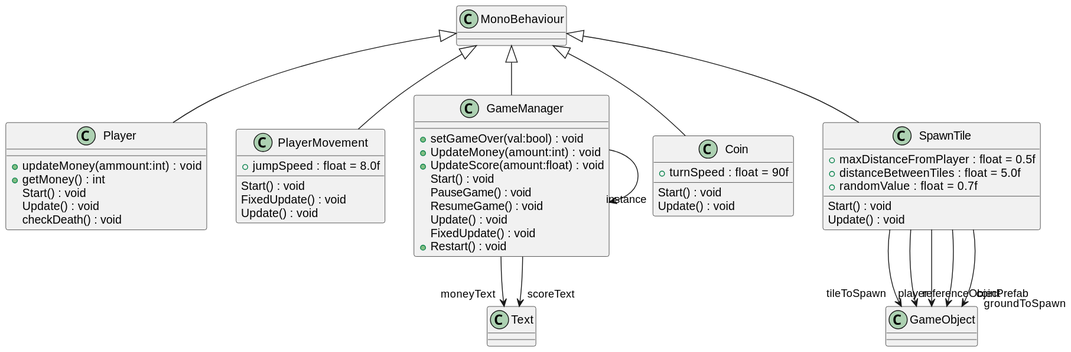
This is UML/include.svg from mariapreda19/ProiectMDS, a PlantUML export, as it was before one commit. The source it was exported from:
```plantuml
@startuml
class Player {
    + updateMoney(ammount:int) : void
    + getMoney() : int
    Start() : void
    Update() : void
    checkDeath() : void
}
MonoBehaviour <|-- Player
class PlayerMovement {
    + jumpSpeed : float = 8.0f
    Start() : void
    FixedUpdate() : void
    Update() : void
}
MonoBehaviour <|-- PlayerMovement
class GameManager {
    + setGameOver(val:bool) : void
    + UpdateMoney(amount:int) : void
    + UpdateScore(amount:float) : void
    Start() : void
    PauseGame() : void
    ResumeGame() : void
    Update() : void
    FixedUpdate() : void
    + Restart() : void
}
MonoBehaviour <|-- GameManager
GameManager --> "moneyText" Text
GameManager --> "scoreText" Text
GameManager --> "instance" GameManager
class Coin {
    + turnSpeed : float = 90f
    Start() : void
    Update() : void
}
MonoBehaviour <|-- Coin
class SpawnTile {
    + maxDistanceFromPlayer : float = 0.5f
    + distanceBetweenTiles : float = 5.0f
    + randomValue : float = 0.7f
    Start() : void
    Update() : void
}
MonoBehaviour <|-- SpawnTile
SpawnTile --> "tileToSpawn" GameObject
SpawnTile --> "referenceObject" GameObject
SpawnTile --> "player" GameObject
SpawnTile --> "groundToSpawn" GameObject
SpawnTile --> "coinPrefab" GameObject
@enduml
```
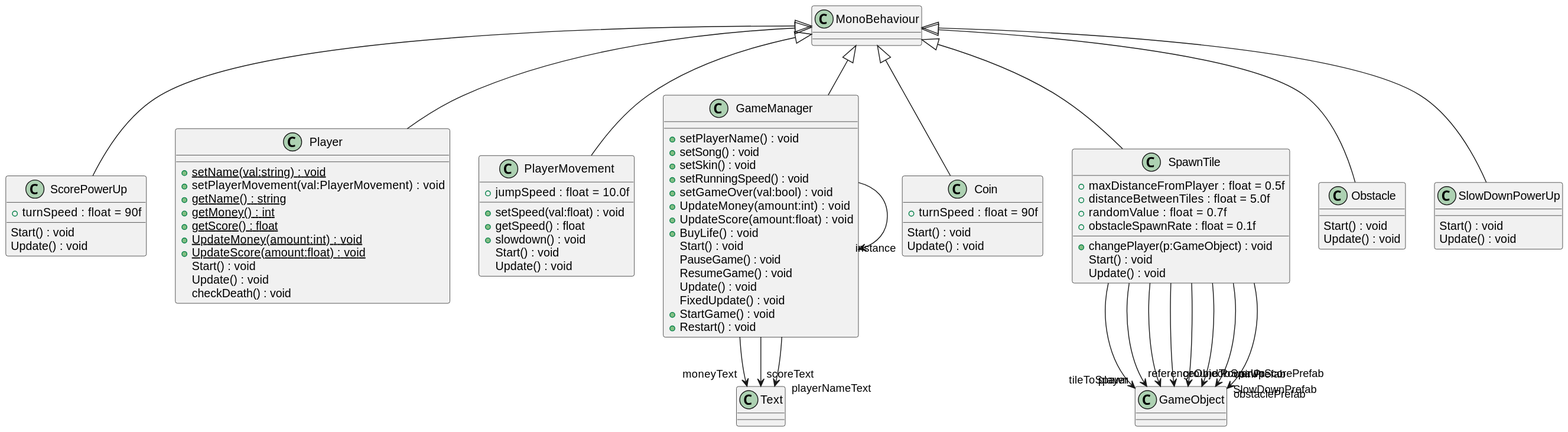
The same file after the commit.

Diff of the diagram source:
```diff
@@ -1,33 +1,53 @@
 @startuml
+class ScorePowerUp {
+    + turnSpeed : float = 90f
+    Start() : void
+    Update() : void
+}
+MonoBehaviour <|-- ScorePowerUp
 class Player {
-    + updateMoney(ammount:int) : void
-    + getMoney() : int
+    + {static} setName(val:string) : void
+    + setPlayerMovement(val:PlayerMovement) : void
+    + {static} getName() : string
+    + {static} getMoney() : int
+    + {static} getScore() : float
+    + {static} UpdateMoney(amount:int) : void
+    + {static} UpdateScore(amount:float) : void
     Start() : void
     Update() : void
     checkDeath() : void
 }
 MonoBehaviour <|-- Player
 class PlayerMovement {
-    + jumpSpeed : float = 8.0f
+    + jumpSpeed : float = 10.0f
+    + setSpeed(val:float) : void
+    + getSpeed() : float
+    + slowdown() : void
     Start() : void
-    FixedUpdate() : void
     Update() : void
 }
 MonoBehaviour <|-- PlayerMovement
 class GameManager {
+    + setPlayerName() : void
+    + setSong() : void
+    + setSkin() : void
+    + setRunningSpeed() : void
     + setGameOver(val:bool) : void
     + UpdateMoney(amount:int) : void
     + UpdateScore(amount:float) : void
+    + BuyLife() : void
     Start() : void
     PauseGame() : void
     ResumeGame() : void
     Update() : void
     FixedUpdate() : void
+    + StartGame() : void
     + Restart() : void
 }
 MonoBehaviour <|-- GameManager
 GameManager --> "moneyText" Text
 GameManager --> "scoreText" Text
+GameManager --> "playerNameText" Text
 GameManager --> "instance" GameManager
 class Coin {
     + turnSpeed : float = 90f
@@ -39,6 +59,8 @@
     + maxDistanceFromPlayer : float = 0.5f
     + distanceBetweenTiles : float = 5.0f
     + randomValue : float = 0.7f
+    + obstacleSpawnRate : float = 0.1f
+    + changePlayer(p:GameObject) : void
     Start() : void
     Update() : void
 }
@@ -48,4 +70,17 @@
 SpawnTile --> "player" GameObject
 SpawnTile --> "groundToSpawn" GameObject
 SpawnTile --> "coinPrefab" GameObject
+SpawnTile --> "PowerUpScorePrefab" GameObject
+SpawnTile --> "SlowDownPrefab" GameObject
+SpawnTile --> "obstaclePrefab" GameObject
+class Obstacle {
+    Start() : void
+    Update() : void
+}
+MonoBehaviour <|-- Obstacle
+class SlowDownPowerUp {
+    Start() : void
+    Update() : void
+}
+MonoBehaviour <|-- SlowDownPowerUp
 @enduml
```
